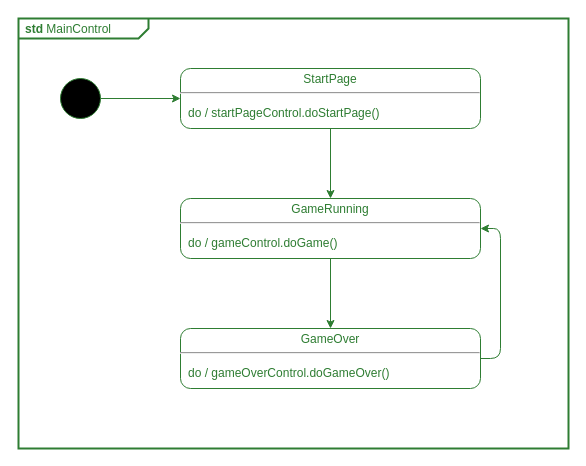
This is page "STD-MainControl" (5 of 11) of apps/pong_simple/models/drawio/pong_cg.drawio from nepbuur1/test_lasergame_2_rework_CleanGUI_godmode, a draw.io file, before an edit. Source tidied: cells renumbered, new cells numbered last; positions are measured from the earlier drawing's top-left corner, leaving out a move shared by most shapes. Both pictures are drawn from the tidied source at 100%, with x=0, y=0 at pixel (18, 18).
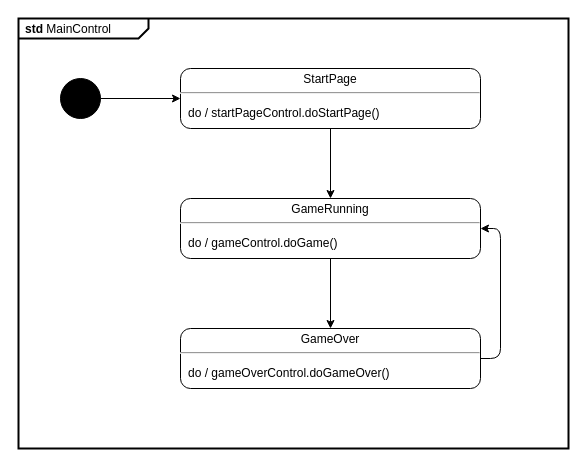
The same diagram, later.

What changed in the source:
```diff
@@
 <mxGraphModel>
   <root>
     <mxCell id="0" />
     <mxCell id="1" parent="0" />
-    <mxCell id="2" value="&lt;p style=&quot;margin:0px;margin-top:4px;margin-left:7px;text-align:left;&quot;&gt;&lt;b&gt;std&lt;/b&gt;  MainControl&lt;/p&gt;" style="html=1;shape=mxgraph.sysml.package;overflow=fill;labelX=130;strokeWidth=2;align=center;strokeColor=#2e7d32;fontColor=#2e7d32;" parent="1" vertex="1">
+    <mxCell id="2" value="&lt;p style=&quot;margin:0px;margin-top:4px;margin-left:7px;text-align:left;&quot;&gt;&lt;b&gt;std&lt;/b&gt;  MainControl&lt;/p&gt;" style="html=1;shape=mxgraph.sysml.package;overflow=fill;labelX=130;strokeWidth=2;align=center;" parent="1" vertex="1">
       <mxGeometry width="550" height="430" as="geometry" />
     </mxCell>
-    <mxCell id="3" style="shape=ellipse;html=1;fillColor=#000000;fontSize=18;fontColor=#ffffff;strokeColor=#2e7d32;" parent="1" vertex="1">
+    <mxCell id="3" style="shape=ellipse;html=1;fillColor=#000000;fontSize=18;fontColor=#ffffff;" parent="1" vertex="1">
       <mxGeometry x="42" y="60" width="40" height="40" as="geometry" />
     </mxCell>
-    <mxCell id="4" value="&lt;p style=&quot;margin: 0px ; margin-top: 4px ; text-align: center&quot;&gt;StartPage&lt;/p&gt;&lt;hr&gt;&lt;p&gt;&lt;/p&gt;&lt;p style=&quot;margin: 0px ; margin-left: 8px ; text-align: left&quot;&gt;do / startPageControl.doStartPage()&lt;/p&gt;" style="shape=mxgraph.sysml.simpleState;html=1;overflow=fill;whiteSpace=wrap;align=center;strokeColor=#2e7d32;fontColor=#2e7d32;" parent="1" vertex="1">
+    <mxCell id="4" value="&lt;p style=&quot;margin: 0px ; margin-top: 4px ; text-align: center&quot;&gt;StartPage&lt;/p&gt;&lt;hr&gt;&lt;p&gt;&lt;/p&gt;&lt;p style=&quot;margin: 0px ; margin-left: 8px ; text-align: left&quot;&gt;do / startPageControl.doStartPage()&lt;/p&gt;" style="shape=mxgraph.sysml.simpleState;html=1;overflow=fill;whiteSpace=wrap;align=center;" parent="1" vertex="1">
       <mxGeometry x="162" y="50" width="300" height="60" as="geometry" />
     </mxCell>
-    <mxCell id="5" value="&lt;p style=&quot;margin: 0px ; margin-top: 4px ; text-align: center&quot;&gt;GameRunning&lt;/p&gt;&lt;hr&gt;&lt;p&gt;&lt;/p&gt;&lt;p style=&quot;margin: 0px ; margin-left: 8px ; text-align: left&quot;&gt;do / gameControl.doGame()&lt;/p&gt;" style="shape=mxgraph.sysml.simpleState;html=1;overflow=fill;whiteSpace=wrap;align=center;strokeColor=#2e7d32;fontColor=#2e7d32;" parent="1" vertex="1">
+    <mxCell id="5" value="&lt;p style=&quot;margin: 0px ; margin-top: 4px ; text-align: center&quot;&gt;GameRunning&lt;/p&gt;&lt;hr&gt;&lt;p&gt;&lt;/p&gt;&lt;p style=&quot;margin: 0px ; margin-left: 8px ; text-align: left&quot;&gt;do / gameControl.doGame()&lt;/p&gt;" style="shape=mxgraph.sysml.simpleState;html=1;overflow=fill;whiteSpace=wrap;align=center;" parent="1" vertex="1">
       <mxGeometry x="162" y="180" width="300" height="60" as="geometry" />
     </mxCell>
-    <mxCell id="6" value="&lt;p style=&quot;margin: 0px ; margin-top: 4px ; text-align: center&quot;&gt;GameOver&lt;/p&gt;&lt;hr&gt;&lt;p&gt;&lt;/p&gt;&lt;p style=&quot;margin: 0px ; margin-left: 8px ; text-align: left&quot;&gt;do / gameOverControl.doGameOver()&lt;/p&gt;" style="shape=mxgraph.sysml.simpleState;html=1;overflow=fill;whiteSpace=wrap;align=center;strokeColor=#2e7d32;fontColor=#2e7d32;" parent="1" vertex="1">
+    <mxCell id="6" value="&lt;p style=&quot;margin: 0px ; margin-top: 4px ; text-align: center&quot;&gt;GameOver&lt;/p&gt;&lt;hr&gt;&lt;p&gt;&lt;/p&gt;&lt;p style=&quot;margin: 0px ; margin-left: 8px ; text-align: left&quot;&gt;do / gameOverControl.doGameOver()&lt;/p&gt;" style="shape=mxgraph.sysml.simpleState;html=1;overflow=fill;whiteSpace=wrap;align=center;" parent="1" vertex="1">
       <mxGeometry x="162" y="310" width="300" height="60" as="geometry" />
     </mxCell>
-    <mxCell id="7" style="edgeStyle=orthogonalEdgeStyle;rounded=1;jettySize=auto;html=1;curved=0;align=left;labelBackgroundColor=default;strokeColor=#2e7d32;fontColor=#2e7d32;" parent="1" edge="1" source="3" target="4">
+    <mxCell id="7" style="edgeStyle=orthogonalEdgeStyle;rounded=1;jettySize=auto;html=1;curved=0;align=left;labelBackgroundColor=default;" parent="1" edge="1" source="3" target="4">
       <mxGeometry relative="1" as="geometry" />
     </mxCell>
-    <mxCell id="8" style="edgeStyle=orthogonalEdgeStyle;rounded=1;jettySize=auto;html=1;curved=0;align=left;labelBackgroundColor=default;strokeColor=#2e7d32;fontColor=#2e7d32;" parent="1" edge="1" source="4" target="5">
+    <mxCell id="8" style="edgeStyle=orthogonalEdgeStyle;rounded=1;jettySize=auto;html=1;curved=0;align=left;labelBackgroundColor=default;" parent="1" edge="1" source="4" target="5">
       <mxGeometry relative="1" as="geometry" />
     </mxCell>
-    <mxCell id="9" style="edgeStyle=orthogonalEdgeStyle;rounded=1;jettySize=auto;html=1;curved=0;align=left;labelBackgroundColor=default;strokeColor=#2e7d32;fontColor=#2e7d32;" parent="1" edge="1" source="5" target="6">
+    <mxCell id="9" style="edgeStyle=orthogonalEdgeStyle;rounded=1;jettySize=auto;html=1;curved=0;align=left;labelBackgroundColor=default;" parent="1" edge="1" source="5" target="6">
       <mxGeometry relative="1" as="geometry" />
     </mxCell>
-    <mxCell id="10" style="edgeStyle=orthogonalEdgeStyle;rounded=1;jettySize=auto;html=1;curved=0;align=left;labelBackgroundColor=default;strokeColor=#2e7d32;fontColor=#2e7d32;exitX=1;exitY=0.5;entryX=1;entryY=0.5;" parent="1" edge="1" source="6" target="5">
+    <mxCell id="10" style="edgeStyle=orthogonalEdgeStyle;rounded=1;jettySize=auto;html=1;curved=0;align=left;labelBackgroundColor=default;exitX=1;exitY=0.5;entryX=1;entryY=0.5;" parent="1" edge="1" source="6" target="5">
       <mxGeometry relative="1" as="geometry" />
     </mxCell>
   </root>
 </mxGraphModel>
```
